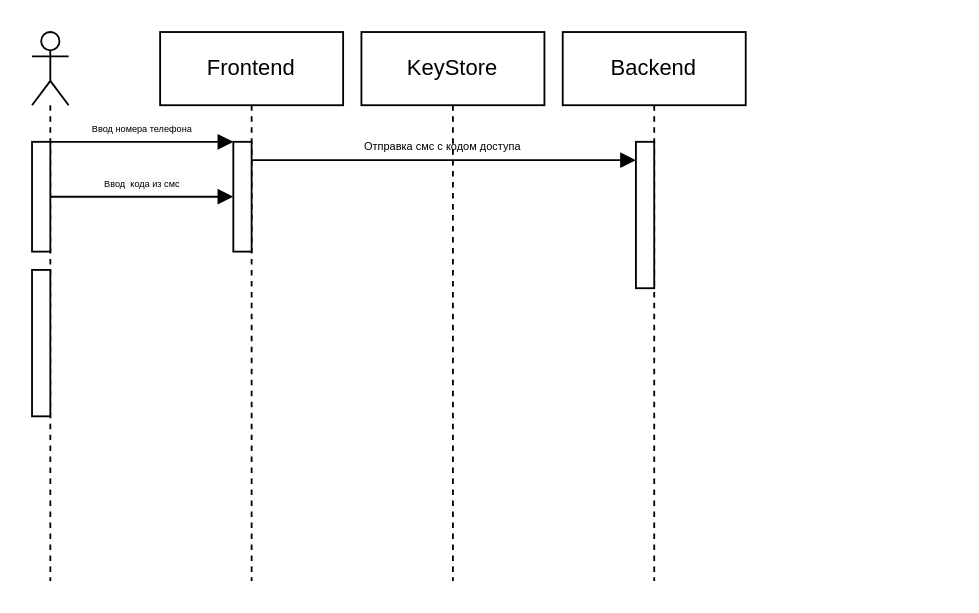
Above: Untitled Diagram.drawio in kirill-misiuk/training_holded_integration (draw.io), before the change. Source tidied: cells renumbered, new cells numbered last; positions are measured from the earlier drawing's top-left corner, leaving out a move shared by most shapes. Both pictures are drawn from the tidied source at 183%, with x=0, y=0 at pixel (31, 31).
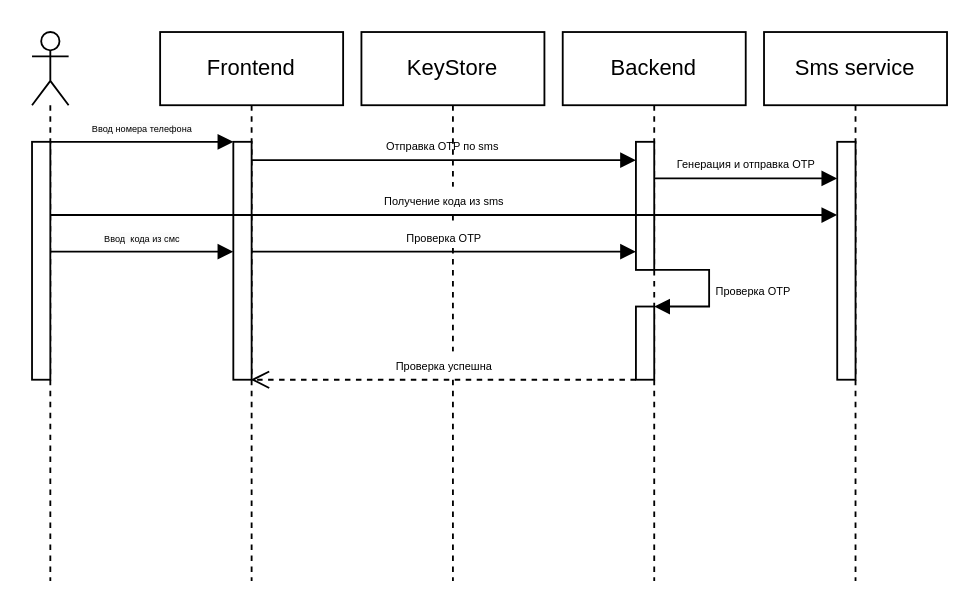
The same page after the edit.

Unchanged cells that the change refers to:
```xml
<mxCell id="2" style="shape=umlLifeline;perimeter=lifelinePerimeter;whiteSpace=wrap;html=1;newEdgeStyle={&quot;curved&quot;:0,&quot;rounded&quot;:0};participant=umlActor;" parent="1" vertex="1">
  <mxGeometry width="20" height="300" as="geometry" />
</mxCell>
<mxCell id="5" value="Frontend" style="shape=umlLifeline;perimeter=lifelinePerimeter;whiteSpace=wrap;html=1;outlineConnect=0;portConstraint=eastwest;newEdgeStyle={&quot;edgeStyle&quot;:&quot;elbowEdgeStyle&quot;,&quot;elbow&quot;:&quot;vertical&quot;,&quot;curved&quot;:0,&quot;rounded&quot;:0};" parent="1" vertex="1">
  <mxGeometry x="70" width="100" height="300" as="geometry" />
</mxCell>
<mxCell id="7" value="Backend" style="shape=umlLifeline;perimeter=lifelinePerimeter;whiteSpace=wrap;html=1;newEdgeStyle={&quot;edgeStyle&quot;:&quot;elbowEdgeStyle&quot;,&quot;elbow&quot;:&quot;vertical&quot;,&quot;curved&quot;:0,&quot;rounded&quot;:0};" parent="1" vertex="1">
  <mxGeometry x="290" width="100" height="300" as="geometry" />
</mxCell>
```

Diff of the diagram source:
```diff
@@
     <mxCell id="3" style="html=1;perimeter=orthogonalPerimeter;targetShapes=umlLifeline;newEdgeStyle={&quot;curved&quot;:0,&quot;rounded&quot;:0};" parent="2" vertex="1">
-      <mxGeometry y="60" width="10" height="60" as="geometry" />
+      <mxGeometry y="60" width="10" height="130" as="geometry" />
     </mxCell>
-    <mxCell id="4" style="html=1;perimeter=orthogonalPerimeter;targetShapes=umlLifeline;newEdgeStyle={&quot;curved&quot;:0,&quot;rounded&quot;:0};" parent="2" vertex="1">
-      <mxGeometry y="130" width="10" height="80" as="geometry" />
-    </mxCell>
@@
     <mxCell id="6" style="html=1;perimeter=orthogonalPerimeter;targetShapes=umlLifeline;newEdgeStyle={&quot;curved&quot;:0,&quot;rounded&quot;:0};" parent="5" vertex="1">
-      <mxGeometry x="40" y="60" width="10" height="60" as="geometry" />
+      <mxGeometry x="40" y="60" width="10" height="130" as="geometry" />
     </mxCell>
@@
     <mxCell id="8" style="html=1;points=[[0,0,0,0,5],[0,1,0,0,-5],[1,0,0,0,5],[1,1,0,0,-5]];perimeter=orthogonalPerimeter;outlineConnect=0;targetShapes=umlLifeline;portConstraint=eastwest;newEdgeStyle={&quot;curved&quot;:0,&quot;rounded&quot;:0};" parent="7" vertex="1">
-      <mxGeometry x="40" y="60" width="10" height="80" as="geometry" />
+      <mxGeometry x="40" y="60" width="10" height="70" as="geometry" />
     </mxCell>
+    <mxCell id="13" style="html=1;perimeter=orthogonalPerimeter;targetShapes=umlLifeline;newEdgeStyle={&quot;curved&quot;:0,&quot;rounded&quot;:0};" parent="7" vertex="1">
+      <mxGeometry x="40" y="150" width="10" height="40" as="geometry" />
+    </mxCell>
+    <mxCell id="14" value="&lt;font style=&quot;font-size: 6px;&quot;&gt;Проверка OTP&lt;/font&gt;" style="html=1;align=left;spacingLeft=2;endArrow=block;rounded=0;edgeStyle=orthogonalEdgeStyle;curved=0;rounded=0;" parent="7" edge="1">
+      <mxGeometry relative="1" as="geometry">
+        <mxPoint x="50" y="130" as="sourcePoint" />
+        <mxPoint x="50" y="150" as="targetPoint" />
+        <Array as="points">
+          <mxPoint x="80" y="130" />
+          <mxPoint x="80" y="150" />
+          <mxPoint x="50" y="150" />
+        </Array>
+      </mxGeometry>
+    </mxCell>
@@
-    <mxCell id="10" value="&lt;div style=&quot;&quot;&gt;&lt;span style=&quot;font-size: 6px;&quot;&gt;Отправка смс с кодом доступа&amp;nbsp;&lt;/span&gt;&lt;/div&gt;" style="html=1;verticalAlign=bottom;endArrow=block;curved=0;rounded=0;align=center;" parent="1" edge="1">
+    <mxCell id="10" value="&lt;div style=&quot;&quot;&gt;&lt;span style=&quot;font-size: 6px;&quot;&gt;Отправка OTP по sms&amp;nbsp;&lt;/span&gt;&lt;/div&gt;" style="html=1;verticalAlign=bottom;endArrow=block;curved=0;rounded=0;align=center;" parent="1" edge="1">
       <mxGeometry relative="1" as="geometry">
         <mxPoint x="120" y="70" as="sourcePoint" />
         <mxPoint x="330" y="70" as="targetPoint" />
         <Array as="points">
           <mxPoint x="310" y="70" />
         </Array>
       </mxGeometry>
     </mxCell>
@@
     <mxCell id="12" value="&lt;span style=&quot;font-size: 5px; background-color: rgb(251, 251, 251);&quot;&gt;Ввод&amp;nbsp; кода из смс&lt;/span&gt;" style="html=1;verticalAlign=bottom;endArrow=block;curved=0;rounded=0;" parent="1" edge="1">
       <mxGeometry relative="1" as="geometry">
-        <mxPoint x="10" y="90" as="sourcePoint" />
-        <mxPoint x="110" y="90" as="targetPoint" />
+        <mxPoint x="10" y="120" as="sourcePoint" />
+        <mxPoint x="110" y="120" as="targetPoint" />
       </mxGeometry>
     </mxCell>
+    <mxCell id="15" value="Sms service" style="shape=umlLifeline;perimeter=lifelinePerimeter;whiteSpace=wrap;html=1;newEdgeStyle={&quot;curved&quot;:0,&quot;rounded&quot;:0};" parent="1" vertex="1">
+      <mxGeometry x="400" width="100" height="300" as="geometry" />
+    </mxCell>
+    <mxCell id="16" style="html=1;points=[[0,0,0,0,5],[0,1,0,0,-5],[1,0,0,0,5],[1,1,0,0,-5]];perimeter=orthogonalPerimeter;outlineConnect=0;targetShapes=umlLifeline;portConstraint=eastwest;newEdgeStyle={&quot;curved&quot;:0,&quot;rounded&quot;:0};" parent="15" vertex="1">
+      <mxGeometry x="40" y="60" width="10" height="130" as="geometry" />
+    </mxCell>
+    <mxCell id="17" value="&lt;font style=&quot;font-size: 6px;&quot;&gt;Генерация и отправка OTP&lt;/font&gt;" style="html=1;verticalAlign=bottom;endArrow=block;curved=0;rounded=0;" parent="1" edge="1" target="16">
+      <mxGeometry relative="1" as="geometry">
+        <mxPoint x="340" y="80" as="sourcePoint" />
+      </mxGeometry>
+    </mxCell>
+    <mxCell id="18" value="&lt;font style=&quot;font-size: 6px;&quot;&gt;Получение кода из sms&lt;/font&gt;" style="html=1;verticalAlign=bottom;endArrow=block;curved=0;rounded=0;textShadow=0;" parent="1" edge="1">
+      <mxGeometry relative="1" as="geometry">
+        <mxPoint x="10" y="100" as="sourcePoint" />
+        <mxPoint x="440" y="100" as="targetPoint" />
+      </mxGeometry>
+    </mxCell>
+    <mxCell id="19" value="&lt;font style=&quot;font-size: 6px;&quot;&gt;Проверка OTP&lt;/font&gt;" style="html=1;verticalAlign=bottom;endArrow=block;curved=0;rounded=0;" parent="1" edge="1" target="8">
+      <mxGeometry relative="1" as="geometry">
+        <mxPoint x="120" y="120" as="sourcePoint" />
+      </mxGeometry>
+    </mxCell>
+    <mxCell id="20" value="&lt;font style=&quot;font-size: 6px;&quot;&gt;Проверка успешна&lt;/font&gt;" style="html=1;verticalAlign=bottom;endArrow=open;dashed=1;endSize=8;curved=0;rounded=0;" parent="1" edge="1" target="5">
+      <mxGeometry relative="1" as="geometry">
+        <mxPoint x="330" y="190" as="sourcePoint" />
+      </mxGeometry>
+    </mxCell>
```
